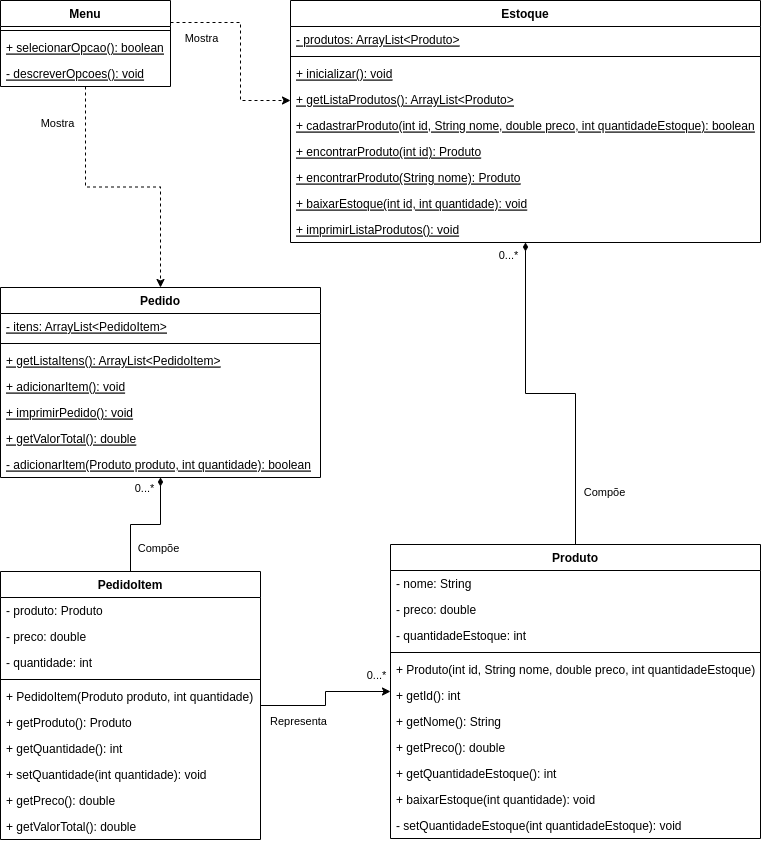
dbserver/desafio-pos-java keeps this draw.io diagram as classes.drawio.png. Above is the earlier version. Source tidied: cells renumbered, new cells last; positions are measured from the earlier drawing's top-left corner, leaving out a move shared by most shapes.
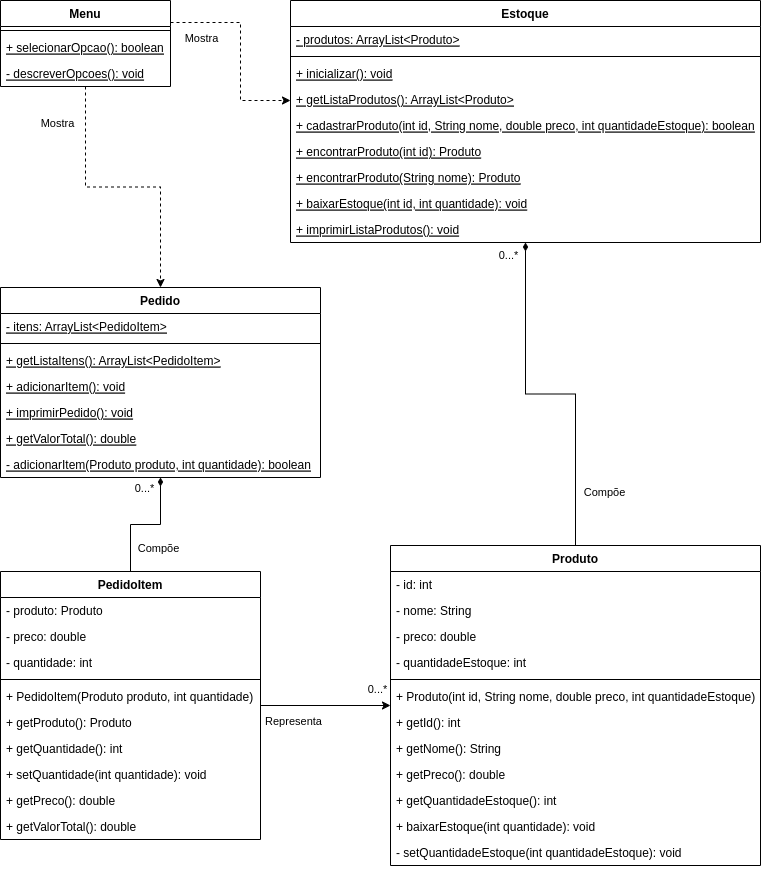
The same file after the commit.

Commit message:
Adicionando atributo que havia faltado no diagrama.

What changed in the source:
```diff
@@ -70,40 +70,43 @@
       </mxGeometry>
     </mxCell>
     <mxCell id="23" value="Produto" style="swimlane;fontStyle=1;align=center;verticalAlign=top;horizontal=1;startSize=26;" parent="1" vertex="1">
-      <mxGeometry x="390" y="544" width="370" height="294" as="geometry" />
+      <mxGeometry x="390" y="545" width="370" height="320" as="geometry" />
     </mxCell>
-    <mxCell id="24" value="- nome: String" style="text;strokeColor=none;fillColor=none;align=left;verticalAlign=top;spacingLeft=4;spacingRight=4;overflow=hidden;" parent="23" vertex="1">
+    <mxCell id="24" value="- id: int" style="text;strokeColor=none;fillColor=none;align=left;verticalAlign=top;spacingLeft=4;spacingRight=4;overflow=hidden;" parent="23" vertex="1">
       <mxGeometry y="26" width="370" height="26" as="geometry" />
     </mxCell>
+    <mxCell id="60" value="- nome: String" style="text;strokeColor=none;fillColor=none;align=left;verticalAlign=top;spacingLeft=4;spacingRight=4;overflow=hidden;" parent="23" vertex="1">
+      <mxGeometry y="52" width="370" height="26" as="geometry" />
+    </mxCell>
     <mxCell id="25" value="- preco: double" style="text;strokeColor=none;fillColor=none;align=left;verticalAlign=top;spacingLeft=4;spacingRight=4;overflow=hidden;" parent="23" vertex="1">
-      <mxGeometry y="52" width="370" height="26" as="geometry" />
+      <mxGeometry y="78" width="370" height="26" as="geometry" />
     </mxCell>
     <mxCell id="26" value="- quantidadeEstoque: int" style="text;strokeColor=none;fillColor=none;align=left;verticalAlign=top;spacingLeft=4;spacingRight=4;overflow=hidden;" parent="23" vertex="1">
-      <mxGeometry y="78" width="370" height="26" as="geometry" />
+      <mxGeometry y="104" width="370" height="26" as="geometry" />
     </mxCell>
     <mxCell id="27" style="line;strokeWidth=1;fillColor=none;align=left;verticalAlign=middle;spacingTop=-1;spacingLeft=3;spacingRight=3;labelPosition=right;strokeColor=inherit;" parent="23" vertex="1">
-      <mxGeometry y="104" width="370" height="8" as="geometry" />
+      <mxGeometry y="130" width="370" height="8" as="geometry" />
     </mxCell>
     <mxCell id="28" value="+ Produto(int id, String nome, double preco, int quantidadeEstoque)" style="text;strokeColor=none;fillColor=none;align=left;verticalAlign=top;spacingLeft=4;spacingRight=4;overflow=hidden;" parent="23" vertex="1">
-      <mxGeometry y="112" width="370" height="26" as="geometry" />
+      <mxGeometry y="138" width="370" height="26" as="geometry" />
     </mxCell>
     <mxCell id="29" value="+ getId(): int" style="text;strokeColor=none;fillColor=none;align=left;verticalAlign=top;spacingLeft=4;spacingRight=4;overflow=hidden;" parent="23" vertex="1">
-      <mxGeometry y="138" width="370" height="26" as="geometry" />
+      <mxGeometry y="164" width="370" height="26" as="geometry" />
     </mxCell>
     <mxCell id="30" value="+ getNome(): String" style="text;strokeColor=none;fillColor=none;align=left;verticalAlign=top;spacingLeft=4;spacingRight=4;overflow=hidden;" parent="23" vertex="1">
-      <mxGeometry y="164" width="370" height="26" as="geometry" />
+      <mxGeometry y="190" width="370" height="26" as="geometry" />
     </mxCell>
     <mxCell id="31" value="+ getPreco(): double" style="text;strokeColor=none;fillColor=none;align=left;verticalAlign=top;spacingLeft=4;spacingRight=4;overflow=hidden;" parent="23" vertex="1">
-      <mxGeometry y="190" width="370" height="26" as="geometry" />
+      <mxGeometry y="216" width="370" height="26" as="geometry" />
     </mxCell>
     <mxCell id="32" value="+ getQuantidadeEstoque(): int" style="text;strokeColor=none;fillColor=none;align=left;verticalAlign=top;spacingLeft=4;spacingRight=4;overflow=hidden;" parent="23" vertex="1">
-      <mxGeometry y="216" width="370" height="26" as="geometry" />
+      <mxGeometry y="242" width="370" height="26" as="geometry" />
     </mxCell>
     <mxCell id="33" value="+ baixarEstoque(int quantidade): void" style="text;strokeColor=none;fillColor=none;align=left;verticalAlign=top;spacingLeft=4;spacingRight=4;overflow=hidden;" parent="23" vertex="1">
-      <mxGeometry y="242" width="370" height="26" as="geometry" />
+      <mxGeometry y="268" width="370" height="26" as="geometry" />
     </mxCell>
     <mxCell id="34" value="- setQuantidadeEstoque(int quantidadeEstoque): void" style="text;strokeColor=none;fillColor=none;align=left;verticalAlign=top;spacingLeft=4;spacingRight=4;overflow=hidden;" parent="23" vertex="1">
-      <mxGeometry y="268" width="370" height="26" as="geometry" />
+      <mxGeometry y="294" width="370" height="26" as="geometry" />
     </mxCell>
     <mxCell id="35" style="edgeStyle=orthogonalEdgeStyle;html=1;strokeColor=default;startArrow=none;startFill=0;endArrow=classic;endFill=1;rounded=0;dashed=1;" parent="1" edge="1" source="39" target="10">
       <mxGeometry relative="1" as="geometry">
```
